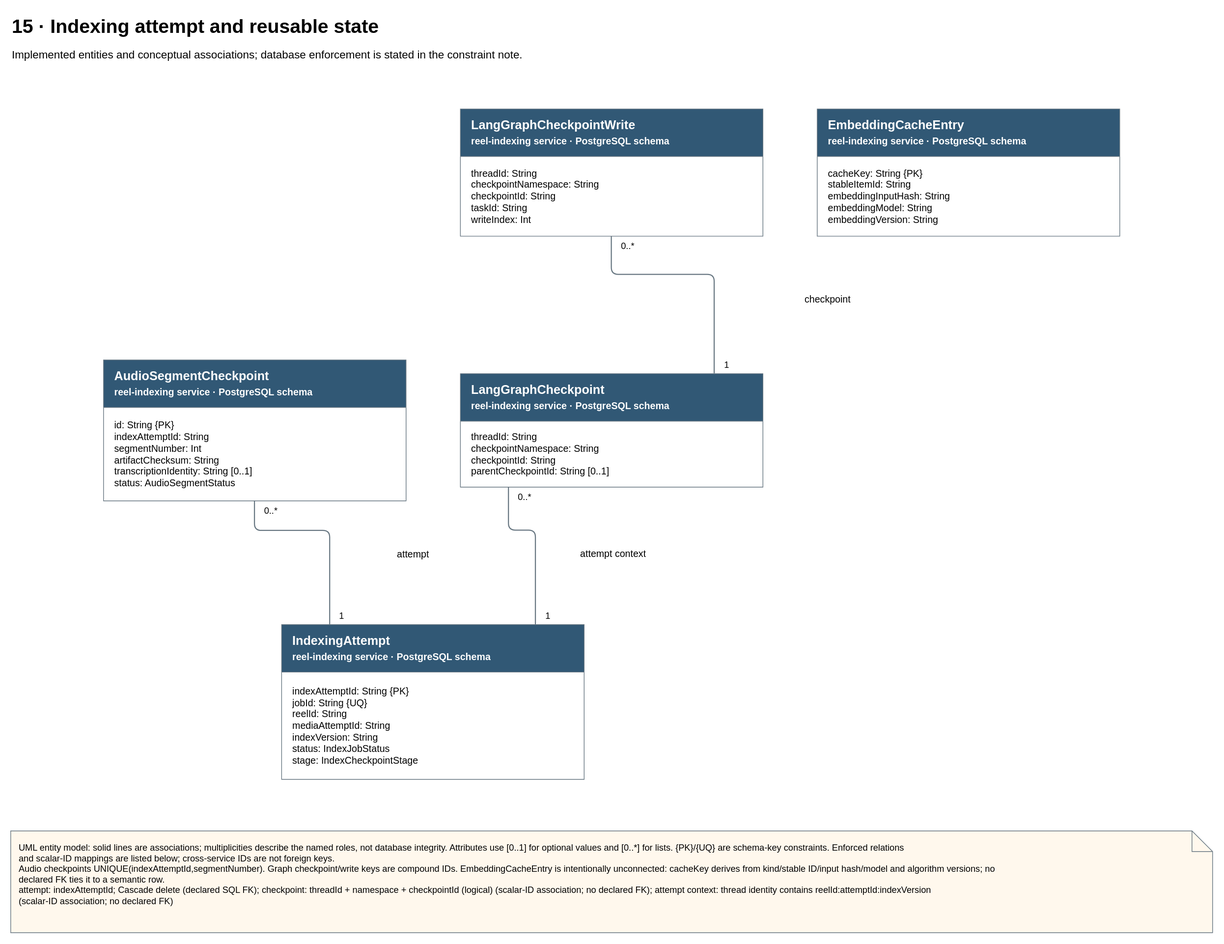
HieuCuteDangYeu/velora-backend keeps this draw.io diagram as docs/diagrams/velora-current/importable-svg/15-index-state.drawio.svg. Above is the earlier version. Source tidied: cells renumbered, new cells last; positions are measured from the earlier drawing's top-left corner, leaving out a move shared by most shapes.
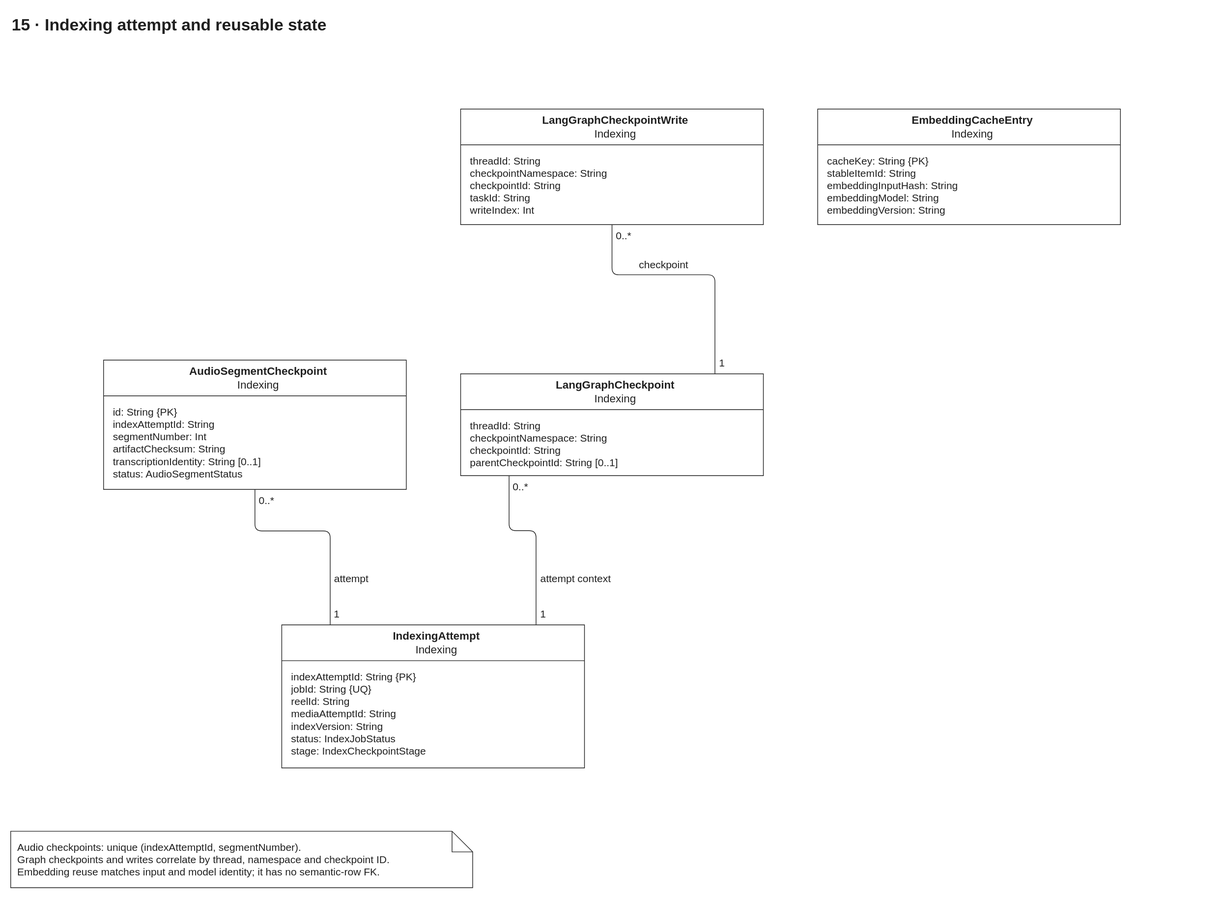
The same diagram one commit later.

What changed in the source:
```diff
@@ -4,4 +4,4 @@
     <mxCell id="1" style="fontFamily=Arial;" parent="0" />
-    <mxCell id="2" style="edgeStyle=none;noEdgeStyle=1;html=1;strokeColor=#687782;strokeWidth=1.6;jumpStyle=arc;jumpSize=12;exitPerimeter=0;entryPerimeter=0;exitX=0.5;exitY=1.0;entryX=0.1600000000000001;entryY=0.0;endArrow=none;fontFamily=Arial;" parent="1" edge="1" source="16" target="14">
-      <mxGeometry relative="1" as="geometry">
+    <mxCell id="2" value="attempt" style="edgeStyle=none;noEdgeStyle=1;html=1;strokeColor=light-dark(#202020,#eeeeee);strokeWidth=1;jumpStyle=arc;jumpSize=12;exitPerimeter=0;entryPerimeter=0;exitX=0.5;exitY=1.0;entryX=0.1600000000000001;entryY=0.0;endArrow=none;fontFamily=Arial;fontSize=15;fontColor=light-dark(#202020,#eeeeee);labelBackgroundColor=none;labelBorderColor=none;whiteSpace=nowrap;spacing=0;align=center;verticalAlign=middle;" parent="1" edge="1" source="16" target="14">
+      <mxGeometry x="0.55" y="31" relative="1" as="geometry">
         <Array as="points">
@@ -12,13 +12,14 @@
     </mxCell>
-    <mxCell id="3" value="attempt" style="text;html=1;whiteSpace=wrap;overflow=hidden;fontFamily=Arial;fontSize=14;align=center;verticalAlign=middle;fillColor=#ffffff;spacing=0;fontFamily=Arial;" parent="1" vertex="1">
-      <mxGeometry x="471.4" y="774.6" width="228.6" height="32" as="geometry" />
-    </mxCell>
-    <mxCell id="4" value="0..*" style="text;html=1;whiteSpace=wrap;overflow=hidden;fontFamily=Arial;fontSize=13;align=left;verticalAlign=middle;fontFamily=Arial;" parent="1" vertex="1">
-      <mxGeometry x="367" y="717" width="48" height="18" as="geometry" />
+    <mxCell id="4" value="0..*" style="text;html=1;whiteSpace=wrap;overflow=hidden;fontFamily=Arial;fontSize=15;align=left;verticalAlign=middle;fontColor=light-dark(#202020,#eeeeee);fillColor=none;spacing=0;" parent="2" vertex="1">
+      <mxGeometry x="-1" width="29" height="20" relative="1" as="geometry">
+        <mxPoint x="6" y="6" as="offset" />
+      </mxGeometry>
     </mxCell>
-    <mxCell id="5" value="1" style="text;html=1;whiteSpace=wrap;overflow=hidden;fontFamily=Arial;fontSize=13;align=left;verticalAlign=middle;fontFamily=Arial;" parent="1" vertex="1">
-      <mxGeometry x="476.4" y="870" width="48" height="18" as="geometry" />
+    <mxCell id="5" value="1" style="text;html=1;whiteSpace=wrap;overflow=hidden;fontFamily=Arial;fontSize=15;align=left;verticalAlign=middle;fontColor=light-dark(#202020,#eeeeee);fillColor=none;spacing=0;" parent="2" vertex="1">
+      <mxGeometry x="1" width="15" height="20" relative="1" as="geometry">
+        <mxPoint x="6" y="-26" as="offset" />
+      </mxGeometry>
     </mxCell>
-    <mxCell id="6" style="edgeStyle=none;noEdgeStyle=1;html=1;strokeColor=#687782;strokeWidth=1.6;jumpStyle=arc;jumpSize=12;exitPerimeter=0;entryPerimeter=0;exitX=0.5;exitY=1.0;entryX=0.8400000000000001;entryY=0.0;endArrow=none;fontFamily=Arial;" parent="1" edge="1" source="20" target="18">
-      <mxGeometry relative="1" as="geometry">
+    <mxCell id="6" value="checkpoint" style="edgeStyle=none;noEdgeStyle=1;html=1;strokeColor=light-dark(#202020,#eeeeee);strokeWidth=1;jumpStyle=arc;jumpSize=12;exitPerimeter=0;entryPerimeter=0;exitX=0.5;exitY=1.0;entryX=0.8400000000000001;entryY=0.0;endArrow=none;fontFamily=Arial;fontSize=15;fontColor=light-dark(#202020,#eeeeee);labelBackgroundColor=none;labelBorderColor=none;whiteSpace=nowrap;spacing=0;align=center;verticalAlign=middle;" parent="1" edge="1" source="20" target="18">
+      <mxGeometry x="-0.19" y="15" relative="1" as="geometry">
         <Array as="points">
@@ -29,13 +30,14 @@
     </mxCell>
-    <mxCell id="7" value="checkpoint" style="text;html=1;whiteSpace=wrap;overflow=hidden;fontFamily=Arial;fontSize=14;align=center;verticalAlign=middle;fillColor=#ffffff;spacing=0;fontFamily=Arial;" parent="1" vertex="1">
-      <mxGeometry x="1030.6" y="404" width="314.8" height="32" as="geometry" />
-    </mxCell>
-    <mxCell id="8" value="0..*" style="text;html=1;whiteSpace=wrap;overflow=hidden;fontFamily=Arial;fontSize=13;align=left;verticalAlign=middle;fontFamily=Arial;" parent="1" vertex="1">
-      <mxGeometry x="886" y="332" width="48" height="18" as="geometry" />
+    <mxCell id="8" value="0..*" style="text;html=1;whiteSpace=wrap;overflow=hidden;fontFamily=Arial;fontSize=15;align=left;verticalAlign=middle;fontColor=light-dark(#202020,#eeeeee);fillColor=none;spacing=0;" parent="6" vertex="1">
+      <mxGeometry x="-1" width="29" height="20" relative="1" as="geometry">
+        <mxPoint x="6" y="6" as="offset" />
+      </mxGeometry>
     </mxCell>
-    <mxCell id="9" value="1" style="text;html=1;whiteSpace=wrap;overflow=hidden;fontFamily=Arial;fontSize=13;align=left;verticalAlign=middle;fontFamily=Arial;" parent="1" vertex="1">
-      <mxGeometry x="1035.6" y="505" width="48" height="18" as="geometry" />
+    <mxCell id="9" value="1" style="text;html=1;whiteSpace=wrap;overflow=hidden;fontFamily=Arial;fontSize=15;align=left;verticalAlign=middle;fontColor=light-dark(#202020,#eeeeee);fillColor=none;spacing=0;" parent="6" vertex="1">
+      <mxGeometry x="1" width="15" height="20" relative="1" as="geometry">
+        <mxPoint x="6" y="-26" as="offset" />
+      </mxGeometry>
     </mxCell>
-    <mxCell id="10" style="edgeStyle=none;noEdgeStyle=1;html=1;strokeColor=#687782;strokeWidth=1.6;jumpStyle=arc;jumpSize=12;exitPerimeter=0;entryPerimeter=0;exitX=0.15999999999999995;exitY=1.0;entryX=0.8400000000000002;entryY=0.0;endArrow=none;fontFamily=Arial;" parent="1" edge="1" source="18" target="14">
-      <mxGeometry relative="1" as="geometry">
+    <mxCell id="10" value="attempt context" style="edgeStyle=none;noEdgeStyle=1;html=1;strokeColor=light-dark(#202020,#eeeeee);strokeWidth=1;jumpStyle=arc;jumpSize=12;exitPerimeter=0;entryPerimeter=0;exitX=0.15999999999999995;exitY=1.0;entryX=0.8400000000000002;entryY=0.0;endArrow=none;fontFamily=Arial;fontSize=15;fontColor=light-dark(#202020,#eeeeee);labelBackgroundColor=none;labelBorderColor=none;whiteSpace=nowrap;spacing=0;align=center;verticalAlign=middle;" parent="1" edge="1" source="18" target="14">
+      <mxGeometry x="0.47" y="57.5" relative="1" as="geometry">
         <Array as="points">
@@ -46,49 +48,47 @@
     </mxCell>
-    <mxCell id="11" value="attempt context" style="text;html=1;whiteSpace=wrap;overflow=hidden;fontFamily=Arial;fontSize=14;align=center;verticalAlign=middle;fillColor=#ffffff;spacing=0;fontFamily=Arial;" parent="1" vertex="1">
-      <mxGeometry x="770.6" y="764.3" width="210.7" height="52" as="geometry" />
-    </mxCell>
-    <mxCell id="12" value="0..*" style="text;html=1;whiteSpace=wrap;overflow=hidden;fontFamily=Arial;fontSize=13;align=left;verticalAlign=middle;fontFamily=Arial;" parent="1" vertex="1">
-      <mxGeometry x="736.4" y="697" width="48" height="18" as="geometry" />
+    <mxCell id="12" value="0..*" style="text;html=1;whiteSpace=wrap;overflow=hidden;fontFamily=Arial;fontSize=15;align=left;verticalAlign=middle;fontColor=light-dark(#202020,#eeeeee);fillColor=none;spacing=0;" parent="10" vertex="1">
+      <mxGeometry x="-1" width="29" height="20" relative="1" as="geometry">
+        <mxPoint x="6" y="6" as="offset" />
+      </mxGeometry>
     </mxCell>
-    <mxCell id="13" value="1" style="text;html=1;whiteSpace=wrap;overflow=hidden;fontFamily=Arial;fontSize=13;align=left;verticalAlign=middle;fontFamily=Arial;" parent="1" vertex="1">
-      <mxGeometry x="775.6" y="870" width="48" height="18" as="geometry" />
+    <mxCell id="13" value="1" style="text;html=1;whiteSpace=wrap;overflow=hidden;fontFamily=Arial;fontSize=15;align=left;verticalAlign=middle;fontColor=light-dark(#202020,#eeeeee);fillColor=none;spacing=0;" parent="10" vertex="1">
+      <mxGeometry x="1" width="15" height="20" relative="1" as="geometry">
+        <mxPoint x="6" y="-26" as="offset" />
+      </mxGeometry>
     </mxCell>
-    <mxCell id="14" value="&lt;b&gt;IndexingAttempt&lt;/b&gt;&lt;br&gt;&lt;span style=&quot;font-size:14px;color:#ffffff&quot;&gt;reel-indexing service · PostgreSQL schema&lt;/span&gt;" style="swimlane;html=1;whiteSpace=wrap;align=left;verticalAlign=middle;startSize=69;fontSize=18;spacingLeft=14;fillColor=#315875;swimlaneFillColor=#ffffff;strokeColor=#687782;horizontal=1;fontFamily=Arial;fontColor=#ffffff;fontFamily=Arial;" parent="1" vertex="1">
-      <mxGeometry x="394" y="893" width="440" height="225" as="geometry" />
+    <mxCell id="14" value="&lt;b&gt;IndexingAttempt&lt;/b&gt;&lt;br&gt;Indexing" style="swimlane;html=1;whiteSpace=wrap;align=center;verticalAlign=middle;startSize=52;fontSize=16;spacingLeft=10;fillColor=light-dark(#ffffff,#181818);swimlaneFillColor=light-dark(#ffffff,#181818);strokeColor=light-dark(#202020,#eeeeee);horizontal=1;fontFamily=Arial;fontColor=light-dark(#202020,#eeeeee);fontStyle=0;strokeWidth=1;" parent="1" vertex="1">
+      <mxGeometry x="394" y="893" width="440" height="208" as="geometry" />
     </mxCell>
-    <mxCell id="15" value="indexAttemptId: String {PK}&lt;br&gt;jobId: String {UQ}&lt;br&gt;reelId: String&lt;br&gt;mediaAttemptId: String&lt;br&gt;indexVersion: String&lt;br&gt;status: IndexJobStatus&lt;br&gt;stage: IndexCheckpointStage" style="text;html=1;whiteSpace=wrap;overflow=hidden;fontFamily=Arial;fontSize=14;align=left;verticalAlign=middle;spacingLeft=14;spacingRight=14;strokeColor=none;fillColor=none;fontFamily=Arial;" parent="14" vertex="1">
-      <mxGeometry y="69" width="440" height="156" as="geometry" />
+    <mxCell id="15" value="indexAttemptId: String {PK}&lt;br&gt;jobId: String {UQ}&lt;br&gt;reelId: String&lt;br&gt;mediaAttemptId: String&lt;br&gt;indexVersion: String&lt;br&gt;status: IndexJobStatus&lt;br&gt;stage: IndexCheckpointStage" style="text;html=1;whiteSpace=wrap;overflow=hidden;fontFamily=Arial;fontSize=15;align=left;verticalAlign=top;spacingLeft=12;spacingRight=12;strokeColor=none;fillColor=none;fontColor=light-dark(#202020,#eeeeee);spacingTop=8;spacingBottom=8;" parent="14" vertex="1">
+      <mxGeometry y="52" width="440" height="156" as="geometry" />
     </mxCell>
-    <mxCell id="16" value="&lt;b&gt;AudioSegmentCheckpoint&lt;/b&gt;&lt;br&gt;&lt;span style=&quot;font-size:14px;color:#ffffff&quot;&gt;reel-indexing service · PostgreSQL schema&lt;/span&gt;" style="swimlane;html=1;whiteSpace=wrap;align=left;verticalAlign=middle;startSize=69;fontSize=18;spacingLeft=14;fillColor=#315875;swimlaneFillColor=#ffffff;strokeColor=#687782;horizontal=1;fontFamily=Arial;fontColor=#ffffff;fontFamily=Arial;" parent="1" vertex="1">
-      <mxGeometry x="135" y="508" width="440" height="205" as="geometry" />
+    <mxCell id="16" value="&lt;b&gt;AudioSegmentCheckpoint&lt;/b&gt;&lt;br&gt;Indexing" style="swimlane;html=1;whiteSpace=wrap;align=center;verticalAlign=middle;startSize=52;fontSize=16;spacingLeft=10;fillColor=light-dark(#ffffff,#181818);swimlaneFillColor=light-dark(#ffffff,#181818);strokeColor=light-dark(#202020,#eeeeee);horizontal=1;fontFamily=Arial;fontColor=light-dark(#202020,#eeeeee);fontStyle=0;strokeWidth=1;" parent="1" vertex="1">
+      <mxGeometry x="135" y="508" width="440" height="188" as="geometry" />
     </mxCell>
-    <mxCell id="17" value="id: String {PK}&lt;br&gt;indexAttemptId: String&lt;br&gt;segmentNumber: Int&lt;br&gt;artifactChecksum: String&lt;br&gt;transcriptionIdentity: String [0..1]&lt;br&gt;status: AudioSegmentStatus" style="text;html=1;whiteSpace=wrap;overflow=hidden;fontFamily=Arial;fontSize=14;align=left;verticalAlign=middle;spacingLeft=14;spacingRight=14;strokeColor=none;fillColor=none;fontFamily=Arial;" parent="16" vertex="1">
-      <mxGeometry y="69" width="440" height="136" as="geometry" />
+    <mxCell id="17" value="id: String {PK}&lt;br&gt;indexAttemptId: String&lt;br&gt;segmentNumber: Int&lt;br&gt;artifactChecksum: String&lt;br&gt;transcriptionIdentity: String [0..1]&lt;br&gt;status: AudioSegmentStatus" style="text;html=1;whiteSpace=wrap;overflow=hidden;fontFamily=Arial;fontSize=15;align=left;verticalAlign=top;spacingLeft=12;spacingRight=12;strokeColor=none;fillColor=none;fontColor=light-dark(#202020,#eeeeee);spacingTop=8;spacingBottom=8;" parent="16" vertex="1">
+      <mxGeometry y="52" width="440" height="136" as="geometry" />
     </mxCell>
-    <mxCell id="18" value="&lt;b&gt;LangGraphCheckpoint&lt;/b&gt;&lt;br&gt;&lt;span style=&quot;font-size:14px;color:#ffffff&quot;&gt;reel-indexing service · PostgreSQL schema&lt;/span&gt;" style="swimlane;html=1;whiteSpace=wrap;align=left;verticalAlign=middle;startSize=69;fontSize=18;spacingLeft=14;fillColor=#315875;swimlaneFillColor=#ffffff;strokeColor=#687782;horizontal=1;fontFamily=Arial;fontColor=#ffffff;fontFamily=Arial;" parent="1" vertex="1">
-      <mxGeometry x="654" y="528" width="440" height="165" as="geometry" />
+    <mxCell id="18" value="&lt;b&gt;LangGraphCheckpoint&lt;/b&gt;&lt;br&gt;Indexing" style="swimlane;html=1;whiteSpace=wrap;align=center;verticalAlign=middle;startSize=52;fontSize=16;spacingLeft=10;fillColor=light-dark(#ffffff,#181818);swimlaneFillColor=light-dark(#ffffff,#181818);strokeColor=light-dark(#202020,#eeeeee);horizontal=1;fontFamily=Arial;fontColor=light-dark(#202020,#eeeeee);fontStyle=0;strokeWidth=1;" parent="1" vertex="1">
+      <mxGeometry x="654" y="528" width="440" height="148" as="geometry" />
     </mxCell>
-    <mxCell id="19" value="threadId: String&lt;br&gt;checkpointNamespace: String&lt;br&gt;checkpointId: String&lt;br&gt;parentCheckpointId: String [0..1]" style="text;html=1;whiteSpace=wrap;overflow=hidden;fontFamily=Arial;fontSize=14;align=left;verticalAlign=middle;spacingLeft=14;spacingRight=14;strokeColor=none;fillColor=none;fontFamily=Arial;" parent="18" vertex="1">
-      <mxGeometry y="69" width="440" height="96" as="geometry" />
+    <mxCell id="19" value="threadId: String&lt;br&gt;checkpointNamespace: String&lt;br&gt;checkpointId: String&lt;br&gt;parentCheckpointId: String [0..1]" style="text;html=1;whiteSpace=wrap;overflow=hidden;fontFamily=Arial;fontSize=15;align=left;verticalAlign=top;spacingLeft=12;spacingRight=12;strokeColor=none;fillColor=none;fontColor=light-dark(#202020,#eeeeee);spacingTop=8;spacingBottom=8;" parent="18" vertex="1">
+      <mxGeometry y="52" width="440" height="96" as="geometry" />
     </mxCell>
-    <mxCell id="20" value="&lt;b&gt;LangGraphCheckpointWrite&lt;/b&gt;&lt;br&gt;&lt;span style=&quot;font-size:14px;color:#ffffff&quot;&gt;reel-indexing service · PostgreSQL schema&lt;/span&gt;" style="swimlane;html=1;whiteSpace=wrap;align=left;verticalAlign=middle;startSize=69;fontSize=18;spacingLeft=14;fillColor=#315875;swimlaneFillColor=#ffffff;strokeColor=#687782;horizontal=1;fontFamily=Arial;fontColor=#ffffff;fontFamily=Arial;" parent="1" vertex="1">
-      <mxGeometry x="654" y="143" width="440" height="185" as="geometry" />
+    <mxCell id="20" value="&lt;b&gt;LangGraphCheckpointWrite&lt;/b&gt;&lt;br&gt;Indexing" style="swimlane;html=1;whiteSpace=wrap;align=center;verticalAlign=middle;startSize=52;fontSize=16;spacingLeft=10;fillColor=light-dark(#ffffff,#181818);swimlaneFillColor=light-dark(#ffffff,#181818);strokeColor=light-dark(#202020,#eeeeee);horizontal=1;fontFamily=Arial;fontColor=light-dark(#202020,#eeeeee);fontStyle=0;strokeWidth=1;" parent="1" vertex="1">
+      <mxGeometry x="654" y="143" width="440" height="168" as="geometry" />
     </mxCell>
-    <mxCell id="21" value="threadId: String&lt;br&gt;checkpointNamespace: String&lt;br&gt;checkpointId: String&lt;br&gt;taskId: String&lt;br&gt;writeIndex: Int" style="text;html=1;whiteSpace=wrap;overflow=hidden;fontFamily=Arial;fontSize=14;align=left;verticalAlign=middle;spacingLeft=14;spacingRight=14;strokeColor=none;fillColor=none;fontFamily=Arial;" parent="20" vertex="1">
-      <mxGeometry y="69" width="440" height="116" as="geometry" />
+    <mxCell id="21" value="threadId: String&lt;br&gt;checkpointNamespace: String&lt;br&gt;checkpointId: String&lt;br&gt;taskId: String&lt;br&gt;writeIndex: Int" style="text;html=1;whiteSpace=wrap;overflow=hidden;fontFamily=Arial;fontSize=15;align=left;verticalAlign=top;spacingLeft=12;spacingRight=12;strokeColor=none;fillColor=none;fontColor=light-dark(#202020,#eeeeee);spacingTop=8;spacingBottom=8;" parent="20" vertex="1">
+      <mxGeometry y="52" width="440" height="116" as="geometry" />
     </mxCell>
-    <mxCell id="22" value="&lt;b&gt;EmbeddingCacheEntry&lt;/b&gt;&lt;br&gt;&lt;span style=&quot;font-size:14px;color:#ffffff&quot;&gt;reel-indexing service · PostgreSQL schema&lt;/span&gt;" style="swimlane;html=1;whiteSpace=wrap;align=left;verticalAlign=middle;startSize=69;fontSize=18;spacingLeft=14;fillColor=#315875;swimlaneFillColor=#ffffff;strokeColor=#687782;horizontal=1;fontFamily=Arial;fontColor=#ffffff;fontFamily=Arial;" parent="1" vertex="1">
-      <mxGeometry x="1173" y="143" width="440" height="185" as="geometry" />
+    <mxCell id="22" value="&lt;b&gt;EmbeddingCacheEntry&lt;/b&gt;&lt;br&gt;Indexing" style="swimlane;html=1;whiteSpace=wrap;align=center;verticalAlign=middle;startSize=52;fontSize=16;spacingLeft=10;fillColor=light-dark(#ffffff,#181818);swimlaneFillColor=light-dark(#ffffff,#181818);strokeColor=light-dark(#202020,#eeeeee);horizontal=1;fontFamily=Arial;fontColor=light-dark(#202020,#eeeeee);fontStyle=0;strokeWidth=1;" parent="1" vertex="1">
+      <mxGeometry x="1173" y="143" width="440" height="168" as="geometry" />
     </mxCell>
-    <mxCell id="23" value="cacheKey: String {PK}&lt;br&gt;stableItemId: String&lt;br&gt;embeddingInputHash: String&lt;br&gt;embeddingModel: String&lt;br&gt;embeddingVersion: String" style="text;html=1;whiteSpace=wrap;overflow=hidden;fontFamily=Arial;fontSize=14;align=left;verticalAlign=middle;spacingLeft=14;spacingRight=14;strokeColor=none;fillColor=none;fontFamily=Arial;" parent="22" vertex="1">
-      <mxGeometry y="69" width="440" height="116" as="geometry" />
+    <mxCell id="23" value="cacheKey: String {PK}&lt;br&gt;stableItemId: String&lt;br&gt;embeddingInputHash: String&lt;br&gt;embeddingModel: String&lt;br&gt;embeddingVersion: String" style="text;html=1;whiteSpace=wrap;overflow=hidden;fontFamily=Arial;fontSize=15;align=left;verticalAlign=top;spacingLeft=12;spacingRight=12;strokeColor=none;fillColor=none;fontColor=light-dark(#202020,#eeeeee);spacingTop=8;spacingBottom=8;" parent="22" vertex="1">
+      <mxGeometry y="52" width="440" height="116" as="geometry" />
     </mxCell>
-    <mxCell id="24" value="15 · Indexing attempt and reusable state" style="text;html=1;whiteSpace=wrap;overflow=hidden;fontFamily=Arial;fontSize=28;fontStyle=1;align=left;fontFamily=Arial;" parent="1" vertex="1">
+    <mxCell id="24" value="15 · Indexing attempt and reusable state" style="text;html=1;whiteSpace=wrap;overflow=hidden;fontFamily=Arial;fontSize=24;fontStyle=1;align=left;fontColor=light-dark(#202020,#eeeeee);fillColor=none;" parent="1" vertex="1">
       <mxGeometry width="1748" height="45" as="geometry" />
     </mxCell>
-    <mxCell id="25" value="Implemented entities and conceptual associations; database enforcement is stated in the constraint note." style="text;html=1;whiteSpace=wrap;overflow=hidden;fontFamily=Arial;fontSize=16;align=left;fontFamily=Arial;" parent="1" vertex="1">
-      <mxGeometry y="48" width="1748" height="65" as="geometry" />
-    </mxCell>
-    <mxCell id="26" value="UML entity model: solid lines are associations; multiplicities describe the named roles, not database integrity. Attributes use [0..1] for optional values and [0..*] for lists. {PK}/{UQ} are schema-key constraints. Enforced relations&lt;br&gt;and scalar-ID mappings are listed below; cross-service IDs are not foreign keys.&lt;br&gt;Audio checkpoints UNIQUE(indexAttemptId,segmentNumber). Graph checkpoint/write keys are compound IDs. EmbeddingCacheEntry is intentionally unconnected: cacheKey derives from kind/stable ID/input hash/model and algorithm versions; no&lt;br&gt;declared FK ties it to a semantic row.&lt;br&gt;attempt: indexAttemptId; Cascade delete (declared SQL FK); checkpoint: threadId + namespace + checkpointId (logical) (scalar-ID association; no declared FK); attempt context: thread identity contains reelId:attemptId:indexVersion&lt;br&gt;(scalar-ID association; no declared FK)" style="shape=note;html=1;whiteSpace=wrap;overflow=hidden;fontFamily=Arial;fontSize=13;align=left;verticalAlign=top;spacing=12;fillColor=#fff8ed;strokeColor=#687782;" parent="1" vertex="1">
-      <mxGeometry y="1193" width="1748" height="148" as="geometry" />
+    <mxCell id="26" value="Audio checkpoints: unique (indexAttemptId, segmentNumber).&lt;br&gt;Graph checkpoints and writes correlate by thread, namespace and checkpoint ID.&lt;br&gt;Embedding reuse matches input and model identity; it has no semantic-row FK." style="shape=note;html=1;whiteSpace=wrap;overflow=hidden;fontFamily=Arial;fontSize=15;align=left;verticalAlign=top;spacing=10;fillColor=light-dark(#ffffff,#181818);strokeColor=light-dark(#202020,#eeeeee);fontColor=light-dark(#202020,#eeeeee);" parent="1" vertex="1">
+      <mxGeometry y="1193" width="671.5" height="82" as="geometry" />
     </mxCell>
```
